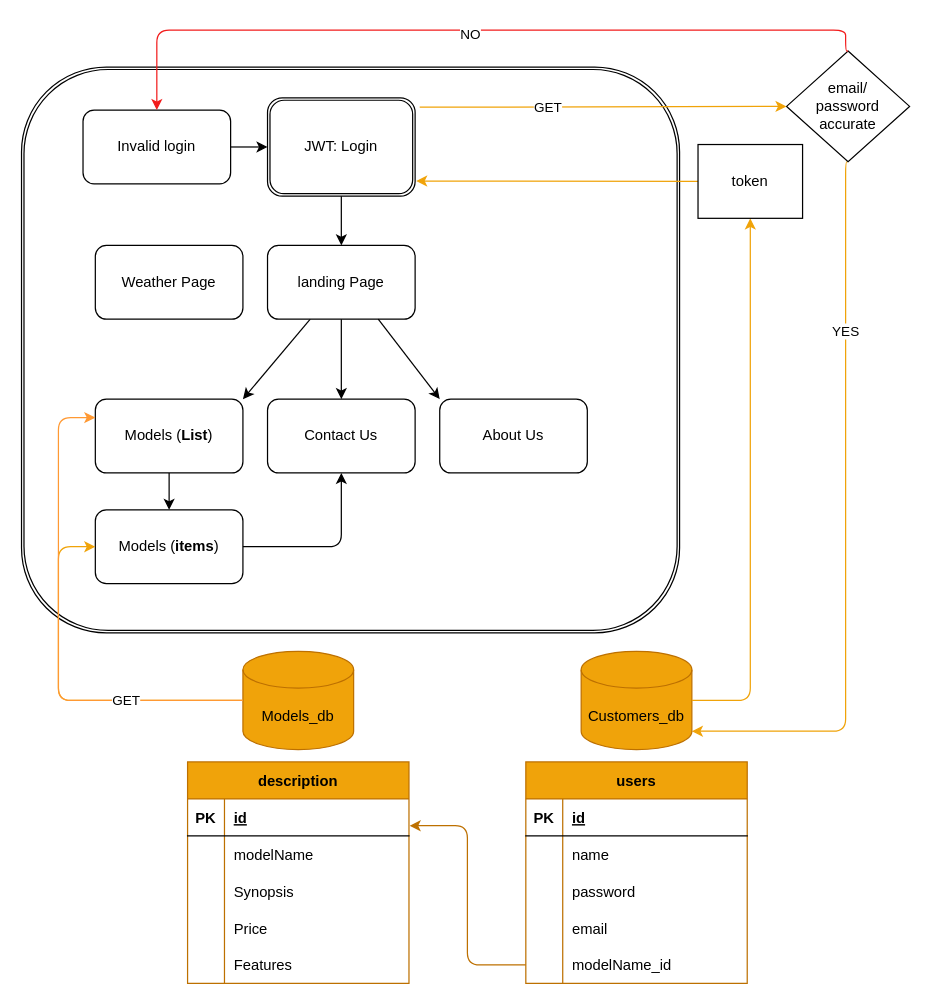
The draw.io diagram tiny-topia/docs/flow.drawio in MrAwesome2127/TinyTopia, before the edit. Source tidied: cells renumbered, new cells numbered last; positions are measured from the earlier drawing's top-left corner, leaving out a move shared by most shapes. Both pictures are drawn from the tidied source at 123%, with x=0, y=0 at pixel (21, 30).
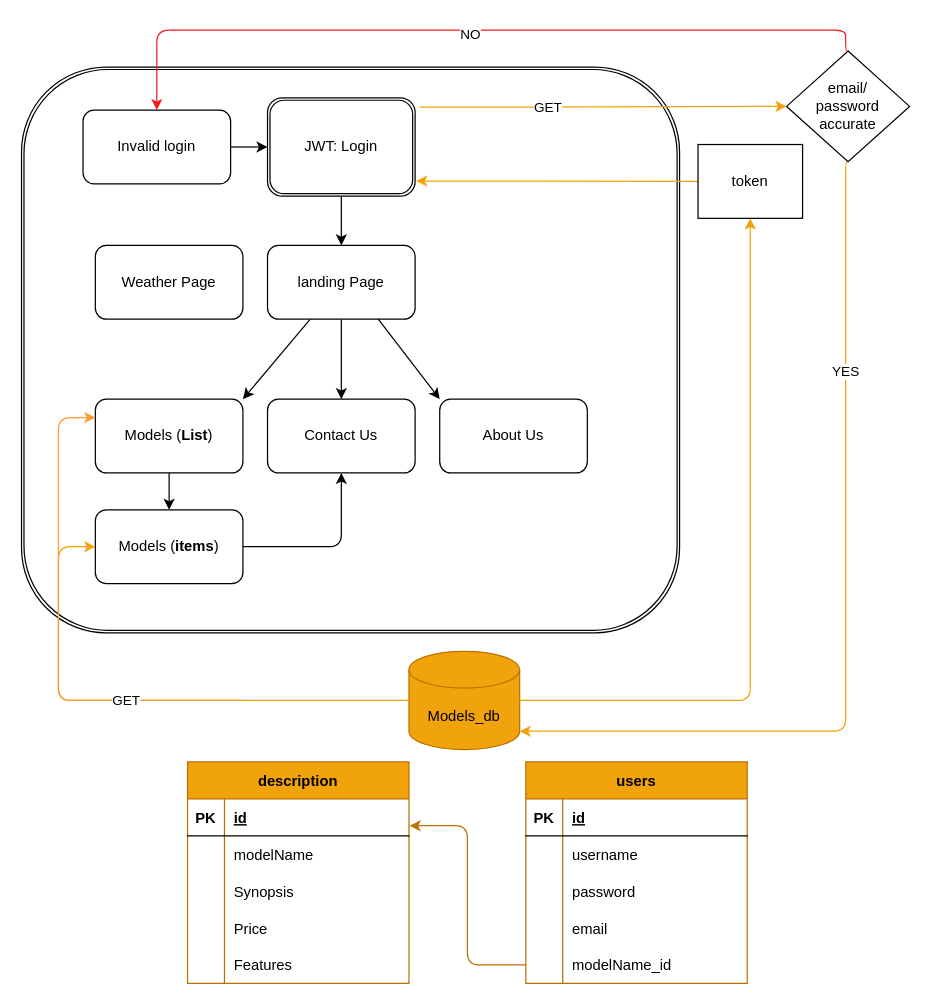
After the change.

Commit message (it also covers changes not shown here):
Added schema and other DB files to the project

Unchanged cells that the change refers to:
```xml
<mxCell id="34" style="shape=tableRow;horizontal=0;startSize=0;swimlaneHead=0;swimlaneBody=0;fillColor=none;top=0;left=0;right=0;bottom=0;" parent="30" vertex="1">
  <mxGeometry y="60" width="180" height="30" as="geometry" />
</mxCell>
<mxCell id="49" value="email/&lt;br&gt;password accurate" style="rhombus;whiteSpace=wrap;html=1;" parent="1" vertex="1">
  <mxGeometry x="622" y="17" width="100" height="90" as="geometry" />
</mxCell>
<mxCell id="62" value="token" style="rounded=0;whiteSpace=wrap;html=1;" parent="1" vertex="1">
  <mxGeometry x="550" y="93" width="85" height="60" as="geometry" />
</mxCell>
```

Diff of the diagram source:
```diff
@@
     <mxCell id="13" value="Models_db" style="shape=cylinder3;whiteSpace=wrap;html=1;boundedLbl=1;backgroundOutline=1;size=15;fillColor=#f0a30a;fontColor=#000000;strokeColor=#BD7000;" parent="1" vertex="1">
-      <mxGeometry x="180" y="505" width="90" height="80" as="geometry" />
+      <mxGeometry x="315" y="505" width="90" height="80" as="geometry" />
     </mxCell>
@@
-    <mxCell id="36" value="name" style="shape=partialRectangle;fillColor=none;top=0;left=0;bottom=0;right=0;align=left;spacingLeft=6;overflow=hidden;" parent="34" vertex="1">
+    <mxCell id="36" value="username" style="shape=partialRectangle;fillColor=none;top=0;left=0;bottom=0;right=0;align=left;spacingLeft=6;overflow=hidden;" parent="34" vertex="1">
       <mxGeometry x="30" width="150" height="30" as="geometry" />
     </mxCell>
@@
-    <mxCell id="47" style="endArrow=classic;html=1;exitX=0.5;exitY=1;exitDx=0;exitDy=0;entryX=1;entryY=1;entryDx=0;entryDy=-15;entryPerimeter=0;startArrow=none;startFill=0;edgeStyle=orthogonalEdgeStyle;endFill=1;strokeColor=#f0a309;" parent="1" edge="1" source="49" target="56">
+    <mxCell id="47" style="endArrow=classic;html=1;exitX=0.5;exitY=1;exitDx=0;exitDy=0;entryX=1;entryY=1;entryDx=0;entryDy=-15;entryPerimeter=0;startArrow=none;startFill=0;edgeStyle=orthogonalEdgeStyle;endFill=1;strokeColor=#f0a309;" parent="1" edge="1" source="49" target="13">
       <mxGeometry relative="1" as="geometry">
         <Array as="points">
+          <mxPoint x="670" y="107" />
           <mxPoint x="670" y="570" />
         </Array>
       </mxGeometry>
     </mxCell>
@@
-    <mxCell id="56" value="Customers_db" style="shape=cylinder3;whiteSpace=wrap;html=1;boundedLbl=1;backgroundOutline=1;size=15;fillColor=#f0a30a;fontColor=#000000;strokeColor=#BD7000;" parent="1" vertex="1">
-      <mxGeometry x="455" y="505" width="90" height="80" as="geometry" />
-    </mxCell>
@@
-    <mxCell id="60" style="endArrow=classic;html=1;exitX=1;exitY=0.5;exitDx=0;exitDy=0;exitPerimeter=0;edgeStyle=orthogonalEdgeStyle;entryX=0.5;entryY=1;entryDx=0;entryDy=0;strokeColor=#f0a309;" parent="1" edge="1" source="56" target="62">
+    <mxCell id="60" style="endArrow=classic;html=1;exitX=1;exitY=0.5;exitDx=0;exitDy=0;exitPerimeter=0;edgeStyle=orthogonalEdgeStyle;entryX=0.5;entryY=1;entryDx=0;entryDy=0;strokeColor=#f0a309;" parent="1" edge="1" source="13" target="62">
       <mxGeometry relative="1" as="geometry">
         <Array as="points">
           <mxPoint x="593" y="545" />
         </Array>
       </mxGeometry>
     </mxCell>
```
